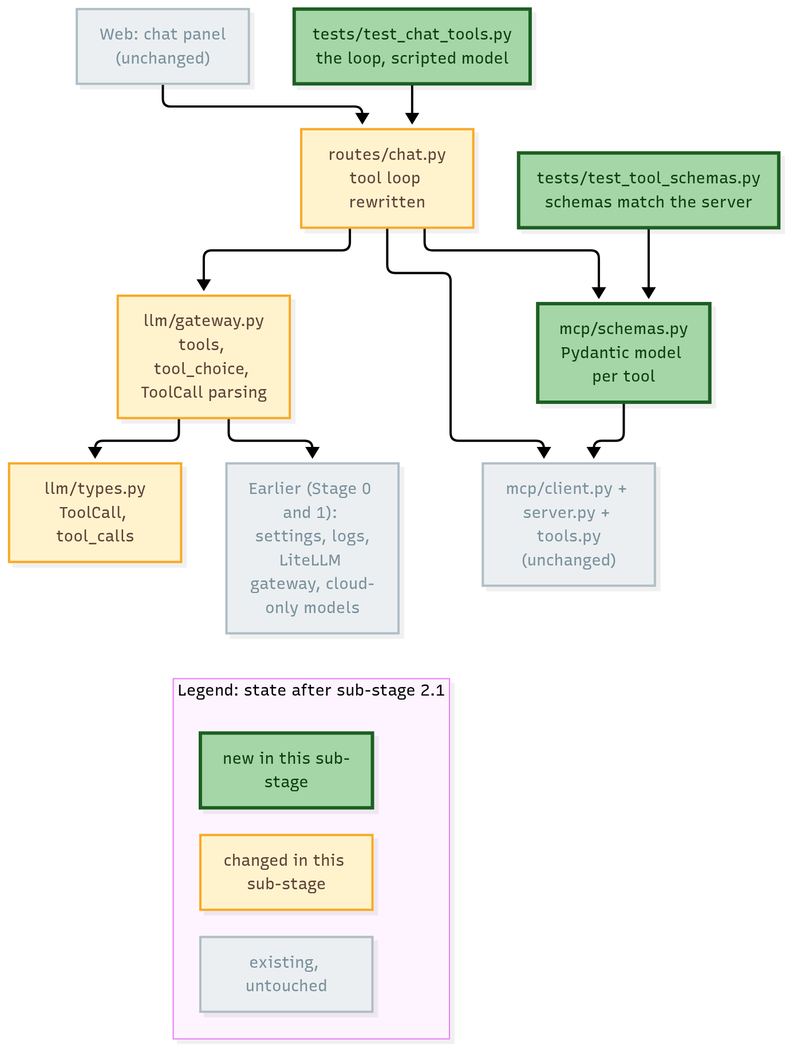
Before: docs/img/diagrams/stage2-module-map.png, a diagram exported from Mermaid (dsailajakrishna0-ship-it/customer-compass-v3). Its source is kept beside it as docs/diagrams/stage2-module-map.mmd. The source it was exported from:
```mermaid
flowchart TB
    W["Web: chat panel<br/>(unchanged)"] --> C
    C["routes/chat.py<br/>tool loop rewritten"] --> G["llm/gateway.py<br/>tools, tool_choice, ToolCall parsing"]
    C --> S["mcp/schemas.py<br/>Pydantic model per tool"]
    C --> K["mcp/client.py + server.py + tools.py<br/>(unchanged)"]
    G --> Y["llm/types.py<br/>ToolCall, tool_calls"]
    S --> K
    T1["tests/test_chat_tools.py<br/>the loop, scripted model"] --> C
    T2["tests/test_tool_schemas.py<br/>schemas match the server"] --> S
    E["Earlier (Stage 0 and 1): settings, logs,<br/>LiteLLM gateway, cloud-only models"]
    G --> E
    subgraph legend["Legend: state after sub-stage 2.1"]
        direction LR
        K1["new in this sub-stage"]
        K2["changed in this sub-stage"]
        K3["existing, untouched"]
    end
    E ~~~ legend
    classDef new fill:#a5d6a7,stroke:#1b5e20,stroke-width:3px,color:#0d3b12
    classDef changed fill:#fff3cd,stroke:#f9a825,stroke-width:2px,color:#5d4037
    classDef existing fill:#eceff1,stroke:#b0bec5,color:#78909c
    class S,T1,T2,K1 new
    class C,G,Y,K2 changed
    class W,K,E,K3 existing
```
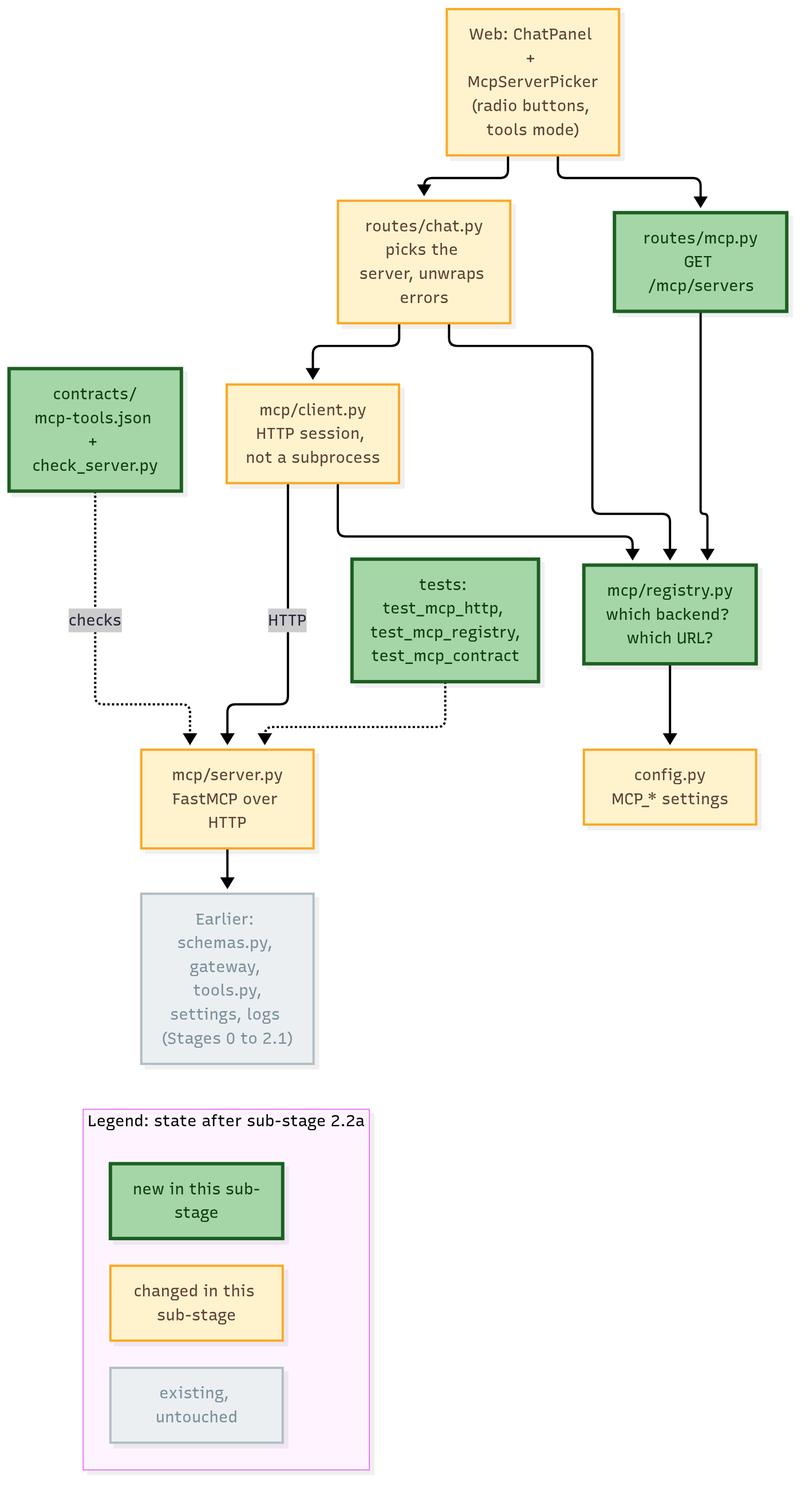
The same file after the commit.

What changed in the source:
```diff
@@ -1,15 +1,17 @@
 flowchart TB
-    W["Web: chat panel<br/>(unchanged)"] --> C
-    C["routes/chat.py<br/>tool loop rewritten"] --> G["llm/gateway.py<br/>tools, tool_choice, ToolCall parsing"]
-    C --> S["mcp/schemas.py<br/>Pydantic model per tool"]
-    C --> K["mcp/client.py + server.py + tools.py<br/>(unchanged)"]
-    G --> Y["llm/types.py<br/>ToolCall, tool_calls"]
-    S --> K
-    T1["tests/test_chat_tools.py<br/>the loop, scripted model"] --> C
-    T2["tests/test_tool_schemas.py<br/>schemas match the server"] --> S
-    E["Earlier (Stage 0 and 1): settings, logs,<br/>LiteLLM gateway, cloud-only models"]
-    G --> E
-    subgraph legend["Legend: state after sub-stage 2.1"]
+    W["Web: ChatPanel + McpServerPicker<br/>(radio buttons, tools mode)"] --> C
+    C["routes/chat.py<br/>picks the server, unwraps errors"] --> R["mcp/registry.py<br/>which backend? which URL?"]
+    C --> CL["mcp/client.py<br/>HTTP session, not a subprocess"]
+    R --> CF["config.py<br/>MCP_* settings"]
+    CL --> R
+    CL -->|HTTP| S["mcp/server.py<br/>FastMCP over HTTP"]
+    API2["routes/mcp.py<br/>GET /mcp/servers"] --> R
+    W --> API2
+    K["contracts/<br/>mcp-tools.json + check_server.py"] -.->|checks| S
+    T["tests: test_mcp_http, test_mcp_registry,<br/>test_mcp_contract"] -.-> S
+    E["Earlier: schemas.py, gateway, tools.py,<br/>settings, logs (Stages 0 to 2.1)"]
+    S --> E
+    subgraph legend["Legend: state after sub-stage 2.2a"]
         direction LR
         K1["new in this sub-stage"]
         K2["changed in this sub-stage"]
@@ -19,6 +21,6 @@
     classDef new fill:#a5d6a7,stroke:#1b5e20,stroke-width:3px,color:#0d3b12
     classDef changed fill:#fff3cd,stroke:#f9a825,stroke-width:2px,color:#5d4037
     classDef existing fill:#eceff1,stroke:#b0bec5,color:#78909c
-    class S,T1,T2,K1 new
-    class C,G,Y,K2 changed
-    class W,K,E,K3 existing
+    class R,API2,K,T,K1 new
+    class W,C,CL,S,CF,K2 changed
+    class E,K3 existing
```
